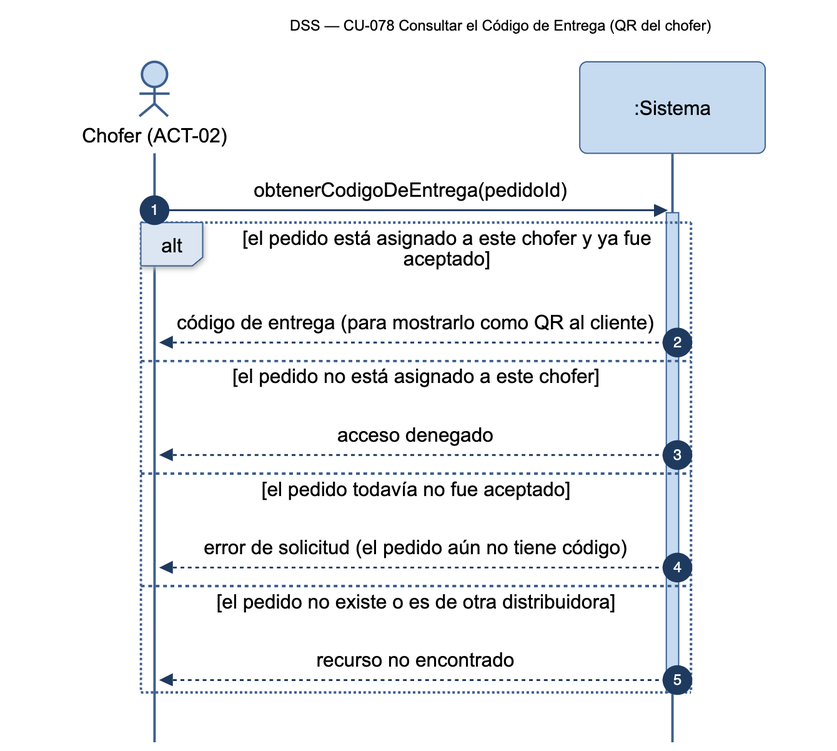
Earlier version of the Mermaid export diagramas/png/DSS_CU-078_Consultar-El-Codigo-De-Entrega.png (Nahuelito-Dev/splg-docs). Its source is kept beside it as diagramas/DSS_CU-078_Consultar-El-Codigo-De-Entrega.mmd.
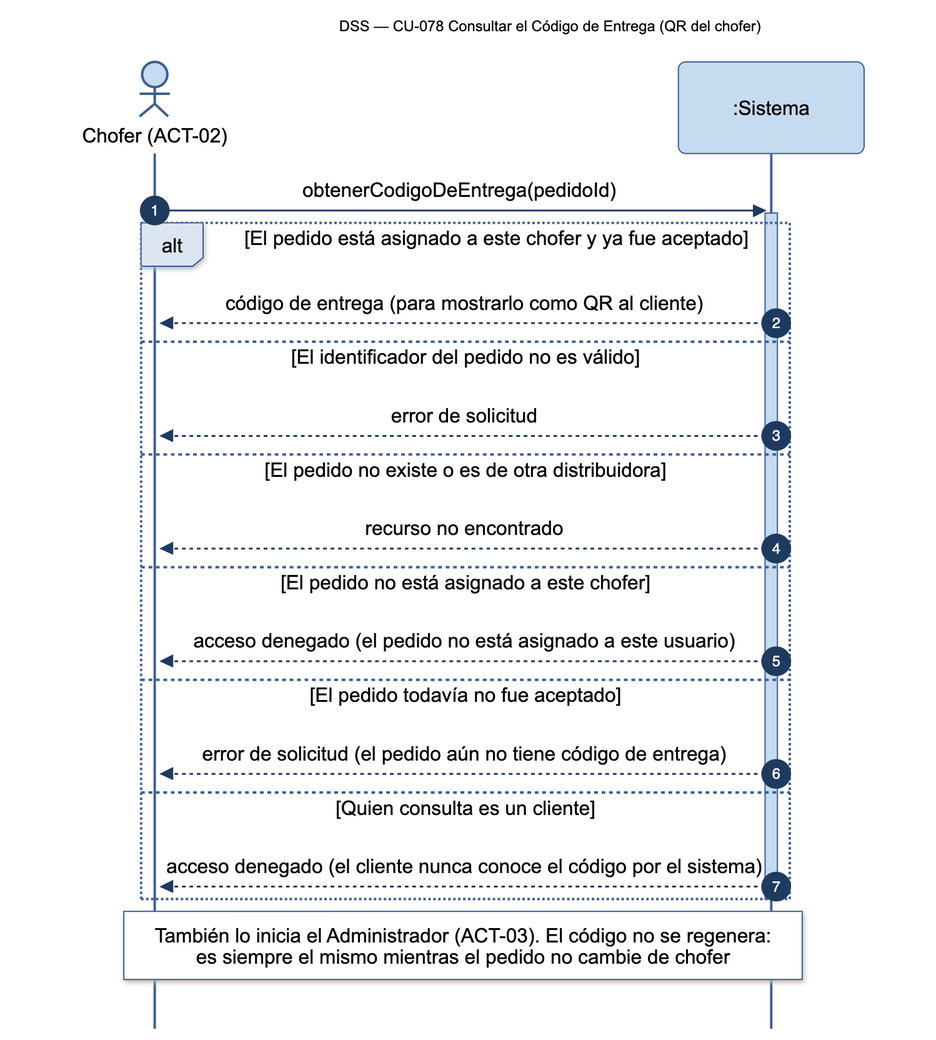
The same diagram one commit later.

Diff of the diagram source:
```diff
@@ -6,13 +6,18 @@
 
     CHO->>SIS: obtenerCodigoDeEntrega(pedidoId)
     activate SIS
-    alt el pedido está asignado a este chofer y ya fue aceptado
+    alt El pedido está asignado a este chofer y ya fue aceptado
         SIS-->>CHO: código de entrega (para mostrarlo como QR al cliente)
-    else el pedido no está asignado a este chofer
-        SIS-->>CHO: acceso denegado
-    else el pedido todavía no fue aceptado
-        SIS-->>CHO: error de solicitud (el pedido aún no tiene código)
-    else el pedido no existe o es de otra distribuidora
+    else El identificador del pedido no es válido
+        SIS-->>CHO: error de solicitud
+    else El pedido no existe o es de otra distribuidora
         SIS-->>CHO: recurso no encontrado
+    else El pedido no está asignado a este chofer
+        SIS-->>CHO: acceso denegado (el pedido no está asignado a este usuario)
+    else El pedido todavía no fue aceptado
+        SIS-->>CHO: error de solicitud (el pedido aún no tiene código de entrega)
+    else Quien consulta es un cliente
+        SIS-->>CHO: acceso denegado (el cliente nunca conoce el código por el sistema)
     end
     deactivate SIS
+    Note over CHO,SIS: También lo inicia el Administrador (ACT-03). El código no se regenera:<br/>es siempre el mismo mientras el pedido no cambie de chofer
```
